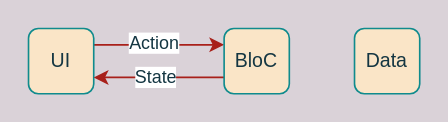
Above: thesis.drawio in ShiryaevNikolay/diagrams (draw.io), before the change. Source tidied: cells renumbered, new cells numbered last; positions are measured from the earlier drawing's top-left corner, leaving out a move shared by most shapes. Both pictures are drawn from the tidied source at 163%, with x=0, y=0 at pixel (28, 28).
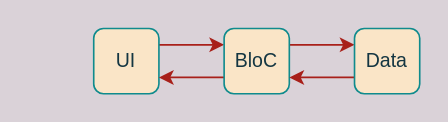
Above is the later version.

The edit, as a diff of the source:
```diff
@@
 <mxGraphModel background="#DAD2D8">
   <root>
     <mxCell id="0" />
     <mxCell id="1" parent="0" />
     <mxCell id="2" style="edgeStyle=orthogonalEdgeStyle;curved=0;rounded=1;sketch=0;jettySize=auto;html=1;exitX=1;exitY=0.25;exitDx=0;exitDy=0;entryX=0;entryY=0.25;entryDx=0;entryDy=0;fontColor=#143642;strokeColor=#A8201A;fillColor=#FAE5C7;" parent="1" edge="1" source="4" target="7">
       <mxGeometry relative="1" as="geometry" />
     </mxCell>
-    <mxCell id="3" value="Action" style="edgeLabel;html=1;align=center;verticalAlign=middle;fontColor=#143642;" parent="2" vertex="1">
-      <mxGeometry x="-0.1" y="1" relative="1" as="geometry" />
-    </mxCell>
     <mxCell id="4" value="UI" style="rounded=1;whiteSpace=wrap;html=1;sketch=0;fontColor=#143642;strokeColor=#0F8B8D;fillColor=#FAE5C7;" parent="1" vertex="1">
-      <mxGeometry width="40" height="40" as="geometry" />
+      <mxGeometry x="40" width="40" height="40" as="geometry" />
     </mxCell>
     <mxCell id="5" style="edgeStyle=orthogonalEdgeStyle;curved=0;rounded=1;sketch=0;jettySize=auto;html=1;exitX=0;exitY=0.75;exitDx=0;exitDy=0;entryX=1;entryY=0.75;entryDx=0;entryDy=0;fontColor=#143642;strokeColor=#A8201A;fillColor=#FAE5C7;" parent="1" edge="1" source="7" target="4">
       <mxGeometry relative="1" as="geometry" />
     </mxCell>
-    <mxCell id="6" value="State" style="edgeLabel;html=1;align=center;verticalAlign=middle;fontColor=#143642;" parent="5" vertex="1">
-      <mxGeometry x="0.07" y="-1" relative="1" as="geometry" />
-    </mxCell>
+    <mxCell id="9" style="edgeStyle=orthogonalEdgeStyle;curved=0;rounded=1;sketch=0;jettySize=auto;html=1;exitX=1;exitY=0.25;exitDx=0;exitDy=0;entryX=0;entryY=0.25;entryDx=0;entryDy=0;fontColor=#143642;strokeColor=#A8201A;fillColor=#FAE5C7;" parent="1" edge="1" source="7" target="8">
+      <mxGeometry relative="1" as="geometry" />
+    </mxCell>
     <mxCell id="7" value="BloC" style="rounded=1;whiteSpace=wrap;html=1;sketch=0;fontColor=#143642;strokeColor=#0F8B8D;fillColor=#FAE5C7;" parent="1" vertex="1">
       <mxGeometry x="120" width="40" height="40" as="geometry" />
     </mxCell>
+    <mxCell id="10" style="edgeStyle=orthogonalEdgeStyle;curved=0;rounded=1;sketch=0;jettySize=auto;html=1;exitX=0;exitY=0.75;exitDx=0;exitDy=0;entryX=1;entryY=0.75;entryDx=0;entryDy=0;fontColor=#143642;strokeColor=#A8201A;fillColor=#FAE5C7;" parent="1" edge="1" source="8" target="7">
+      <mxGeometry relative="1" as="geometry" />
+    </mxCell>
     <mxCell id="8" value="Data" style="rounded=1;whiteSpace=wrap;html=1;sketch=0;fontColor=#143642;strokeColor=#0F8B8D;fillColor=#FAE5C7;" parent="1" vertex="1">
       <mxGeometry x="200" width="40" height="40" as="geometry" />
     </mxCell>
   </root>
 </mxGraphModel>
```
